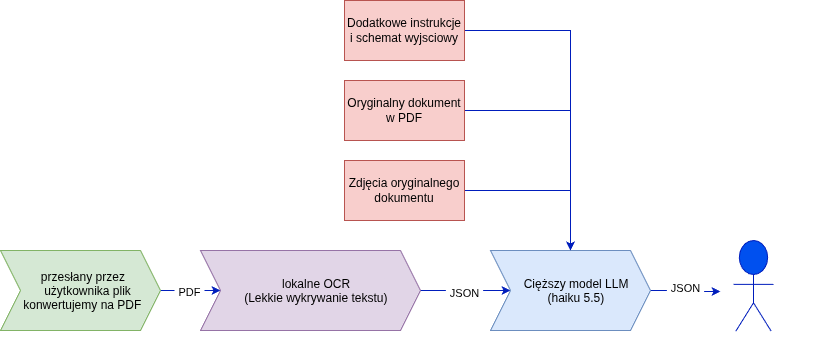
Earlier version of the draw.io export .github/dg-flow.png (KacperBronka/DigiForms). Source tidied: cells renumbered, new cells last; positions are measured from the earlier drawing's top-left corner, leaving out a move shared by most shapes.
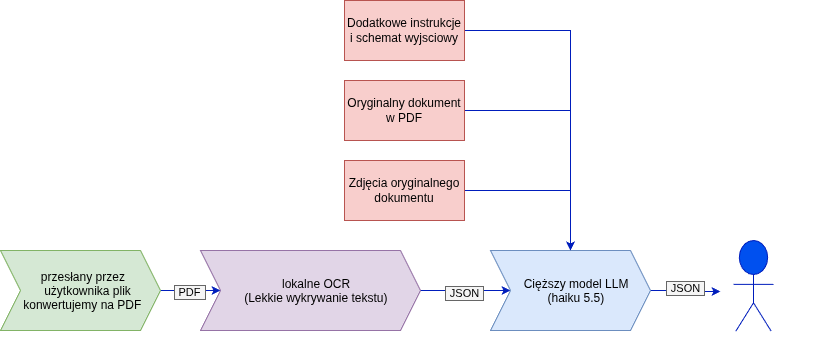
Above is the later version.

Commit message:
Update flow diagram

The edit, as a diff of the source:
```diff
@@ -5,7 +5,7 @@
     <mxCell id="2" style="edgeStyle=orthogonalEdgeStyle;rounded=0;jettySize=auto;html=1;defaultLabelBackgroundColor=page;labelPadding=0 4;fillColor=#0050ef;strokeColor=#001DBC;" parent="1" edge="1" source="4" target="10">
       <mxGeometry relative="1" as="geometry" />
     </mxCell>
-    <mxCell id="3" value="JSON" style="edgeLabel;html=1;align=center;verticalAlign=middle;inheritText=1;defaultLabelBackgroundColor=page;labelPadding=0 4;" parent="2" vertex="1">
+    <mxCell id="3" value="JSON" style="edgeLabel;html=1;align=center;verticalAlign=middle;inheritText=fontFamily,fontSize,fontColor,fontStyle,textOpacity,labelBorderWidth,defaultLabelBackgroundColor,labelPadding;defaultLabelBackgroundColor=page;labelPadding=0 4;labelBackgroundColor=#f5f5f5;labelBorderColor=#666666;" parent="2" vertex="1">
       <mxGeometry x="-0.04" y="-2" relative="1" as="geometry" />
     </mxCell>
     <mxCell id="4" value="lokalne OCR&lt;br&gt;(Lekkie wykrywanie tekstu)" style="shape=step;perimeter=stepPerimeter;whiteSpace=wrap;html=1;shapeInside=1;fixedSize=1;fillColor=#e1d5e7;strokeColor=#9673a6;" parent="1" vertex="1">
@@ -14,7 +14,7 @@
     <mxCell id="5" style="edgeStyle=orthogonalEdgeStyle;rounded=0;jettySize=auto;html=1;defaultLabelBackgroundColor=page;labelPadding=0 4;fillColor=#0050ef;strokeColor=#001DBC;" parent="1" edge="1" source="7" target="4">
       <mxGeometry relative="1" as="geometry" />
     </mxCell>
-    <mxCell id="6" value="PDF" style="edgeLabel;html=1;align=center;verticalAlign=middle;inheritText=1;defaultLabelBackgroundColor=page;labelPadding=0 4;" parent="5" vertex="1">
+    <mxCell id="6" value="PDF" style="edgeLabel;html=1;align=center;verticalAlign=middle;inheritText=fontFamily,fontSize,fontColor,fontStyle,textOpacity,labelBorderWidth,defaultLabelBackgroundColor,labelPadding;defaultLabelBackgroundColor=page;labelPadding=0 4;labelBackgroundColor=#f5f5f5;labelBorderColor=#666666;" parent="5" vertex="1">
       <mxGeometry x="-0.08" y="-1" relative="1" as="geometry" />
     </mxCell>
     <mxCell id="7" value="przesłany przez użytkownika plik konwertujemy na PDF" style="shape=step;perimeter=stepPerimeter;whiteSpace=wrap;html=1;shapeInside=1;fixedSize=1;fillColor=#d5e8d4;strokeColor=#82b366;" parent="1" vertex="1">
@@ -23,7 +23,7 @@
     <mxCell id="8" style="edgeStyle=orthogonalEdgeStyle;rounded=0;jettySize=auto;html=1;defaultLabelBackgroundColor=page;labelPadding=0 4;fillColor=#0050ef;strokeColor=#001DBC;" parent="1" edge="1" source="10" target="17">
       <mxGeometry relative="1" as="geometry" />
     </mxCell>
-    <mxCell id="9" value="JSON" style="edgeLabel;html=1;align=center;verticalAlign=middle;inheritText=1;defaultLabelBackgroundColor=page;labelPadding=0 4;" parent="8" vertex="1">
+    <mxCell id="9" value="JSON" style="edgeLabel;html=1;align=center;verticalAlign=middle;inheritText=fontFamily,fontSize,fontColor,fontStyle,textOpacity,labelBorderWidth,defaultLabelBackgroundColor,labelPadding;defaultLabelBackgroundColor=page;labelPadding=0 4;labelBackgroundColor=#f5f5f5;labelBorderColor=#666666;" parent="8" vertex="1">
       <mxGeometry x="-0.05" y="3" relative="1" as="geometry" />
     </mxCell>
     <mxCell id="10" value="Cięższy model LLM&lt;div&gt;(haiku 5.5)&lt;/div&gt;" style="shape=step;perimeter=stepPerimeter;whiteSpace=wrap;html=1;shapeInside=1;fixedSize=1;fillColor=#dae8fc;strokeColor=#6c8ebf;" parent="1" vertex="1">
```
